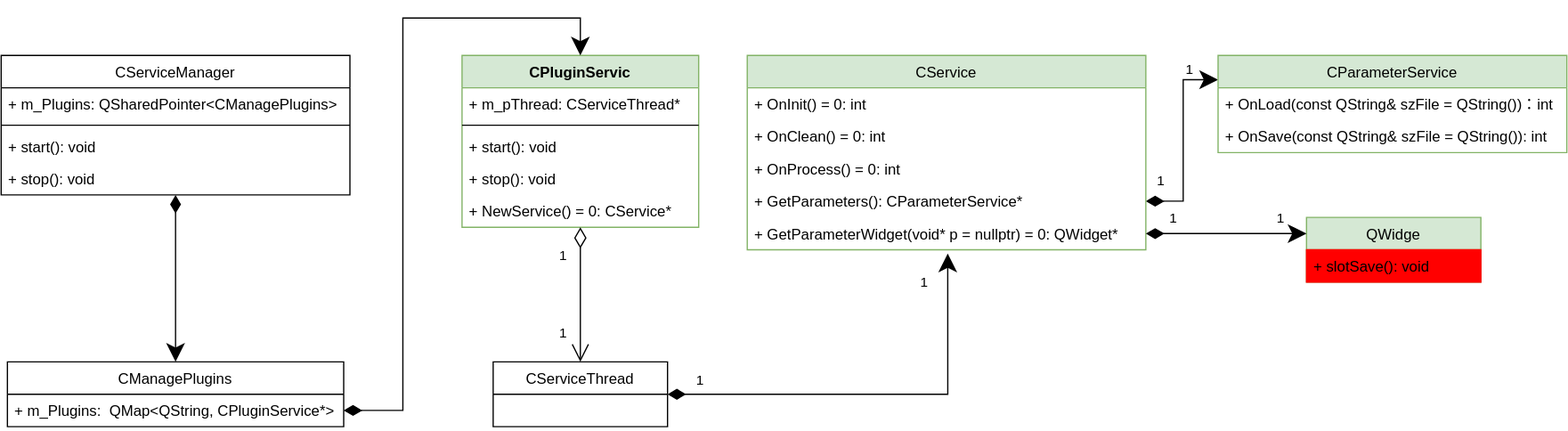
The draw.io diagram docs/Image/PluginServiceAPI.svg in KangLin/RabbitRemoteControl, before a commit. Source tidied: cells renumbered, new cells last; positions are measured from the earlier drawing's top-left corner, leaving out a move shared by most shapes.
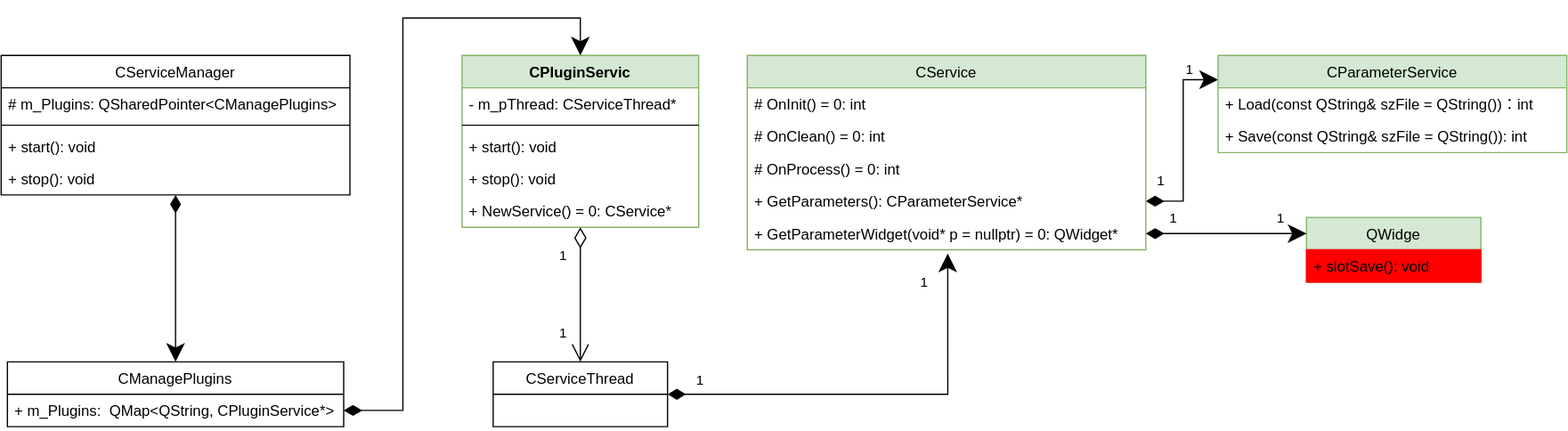
Above is the later version.

Change to the diagram source:
```diff
@@ -8,7 +8,7 @@
     <mxCell id="3" value="CServiceManager" style="swimlane;fontStyle=0;horizontal=1;startSize=26;fillColor=none;" parent="1" vertex="1">
       <mxGeometry width="280" height="112" as="geometry" />
     </mxCell>
-    <mxCell id="4" value="+ m_Plugins: QSharedPointer&lt;CManagePlugins&gt;" style="text;strokeColor=none;fillColor=none;align=left;verticalAlign=top;spacingLeft=4;spacingRight=4;overflow=hidden;" parent="3" vertex="1">
+    <mxCell id="4" value="# m_Plugins: QSharedPointer&lt;CManagePlugins&gt;" style="text;strokeColor=none;fillColor=none;align=left;verticalAlign=top;spacingLeft=4;spacingRight=4;overflow=hidden;" parent="3" vertex="1">
       <mxGeometry y="26" width="280" height="26" as="geometry" />
     </mxCell>
     <mxCell id="5" style="line;strokeWidth=1;fillColor=none;align=left;verticalAlign=middle;spacingTop=-1;spacingLeft=3;spacingRight=3;labelPosition=right;" parent="3" vertex="1">
@@ -36,13 +36,13 @@
     <mxCell id="11" value="CService" style="swimlane;fontStyle=0;horizontal=1;startSize=26;fillColor=#d5e8d4;strokeColor=#82b366;" parent="1" vertex="1">
       <mxGeometry x="599" width="320" height="156" as="geometry" />
     </mxCell>
-    <mxCell id="12" value="+ OnInit() = 0: int" style="text;strokeColor=none;fillColor=none;align=left;verticalAlign=top;spacingLeft=4;spacingRight=4;overflow=hidden;" parent="11" vertex="1">
+    <mxCell id="12" value="# OnInit() = 0: int" style="text;strokeColor=none;fillColor=none;align=left;verticalAlign=top;spacingLeft=4;spacingRight=4;overflow=hidden;" parent="11" vertex="1">
       <mxGeometry y="26" width="320" height="26" as="geometry" />
     </mxCell>
-    <mxCell id="13" value="+ OnClean() = 0: int" style="text;strokeColor=none;fillColor=none;align=left;verticalAlign=top;spacingLeft=4;spacingRight=4;overflow=hidden;" parent="11" vertex="1">
+    <mxCell id="13" value="# OnClean() = 0: int" style="text;strokeColor=none;fillColor=none;align=left;verticalAlign=top;spacingLeft=4;spacingRight=4;overflow=hidden;" parent="11" vertex="1">
       <mxGeometry y="52" width="320" height="26" as="geometry" />
     </mxCell>
-    <mxCell id="14" value="+ OnProcess() = 0: int" style="text;strokeColor=none;fillColor=none;align=left;verticalAlign=top;spacingLeft=4;spacingRight=4;overflow=hidden;" parent="11" vertex="1">
+    <mxCell id="14" value="# OnProcess() = 0: int" style="text;strokeColor=none;fillColor=none;align=left;verticalAlign=top;spacingLeft=4;spacingRight=4;overflow=hidden;" parent="11" vertex="1">
       <mxGeometry y="78" width="320" height="26" as="geometry" />
     </mxCell>
     <mxCell id="15" value="+ GetParameters(): CParameterService*" style="text;strokeColor=none;fillColor=none;align=left;verticalAlign=top;spacingLeft=4;spacingRight=4;overflow=hidden;" parent="11" vertex="1">
@@ -54,7 +54,7 @@
     <mxCell id="17" value="CPluginServic" style="swimlane;fontStyle=1;align=center;verticalAlign=top;horizontal=1;startSize=26;fillColor=#d5e8d4;strokeColor=#82b366;" parent="1" vertex="1">
       <mxGeometry x="370" width="190" height="138" as="geometry" />
     </mxCell>
-    <mxCell id="18" value="+ m_pThread: CServiceThread*" style="text;strokeColor=none;fillColor=none;align=left;verticalAlign=top;spacingLeft=4;spacingRight=4;overflow=hidden;" parent="17" vertex="1">
+    <mxCell id="18" value="- m_pThread: CServiceThread*" style="text;strokeColor=none;fillColor=none;align=left;verticalAlign=top;spacingLeft=4;spacingRight=4;overflow=hidden;" parent="17" vertex="1">
       <mxGeometry y="26" width="190" height="26" as="geometry" />
     </mxCell>
     <mxCell id="19" style="line;strokeWidth=1;fillColor=none;align=left;verticalAlign=middle;spacingTop=-1;spacingLeft=3;spacingRight=3;labelPosition=right;" parent="17" vertex="1">
@@ -105,10 +105,10 @@
     <mxCell id="30" value="CParameterService" style="swimlane;fontStyle=0;horizontal=1;startSize=26;fillColor=#d5e8d4;strokeColor=#82b366;" parent="1" vertex="1">
       <mxGeometry x="977" width="280" height="78" as="geometry" />
     </mxCell>
-    <mxCell id="31" value="+ OnLoad(const QString&amp; szFile = QString())：int" style="text;strokeColor=none;fillColor=none;align=left;verticalAlign=top;spacingLeft=4;spacingRight=4;overflow=hidden;" parent="30" vertex="1">
+    <mxCell id="31" value="+ Load(const QString&amp; szFile = QString())：int" style="text;strokeColor=none;fillColor=none;align=left;verticalAlign=top;spacingLeft=4;spacingRight=4;overflow=hidden;" parent="30" vertex="1">
       <mxGeometry y="26" width="280" height="26" as="geometry" />
     </mxCell>
-    <mxCell id="32" value="+ OnSave(const QString&amp; szFile = QString()): int" style="text;strokeColor=none;fillColor=none;align=left;verticalAlign=top;spacingLeft=4;spacingRight=4;overflow=hidden;" parent="30" vertex="1">
+    <mxCell id="32" value="+ Save(const QString&amp; szFile = QString()): int" style="text;strokeColor=none;fillColor=none;align=left;verticalAlign=top;spacingLeft=4;spacingRight=4;overflow=hidden;" parent="30" vertex="1">
       <mxGeometry y="52" width="280" height="26" as="geometry" />
     </mxCell>
     <mxCell id="33" style="edgeStyle=orthogonalEdgeStyle;rounded=0;jettySize=auto;html=1;exitX=1;exitY=0.5;exitDx=0;exitDy=0;entryX=0.5;entryY=0;entryDx=0;entryDy=0;startArrow=diamondThin;startFill=1;startSize=12;endSize=12;" parent="1" edge="1" source="35" target="17">
```
